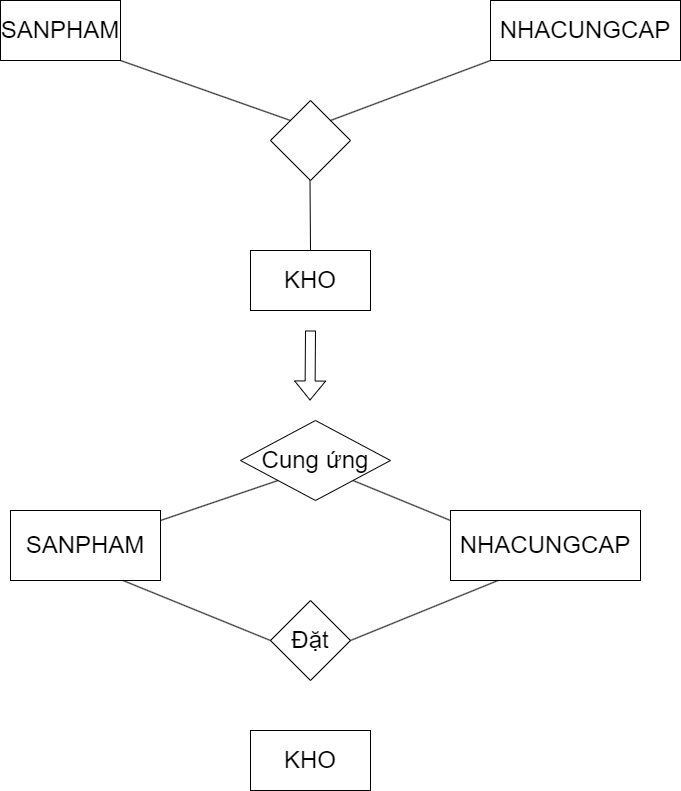
Above: Chương 3 QT2(Mô hình hóa).png in datnham0212/learning (draw.io), before the change. Source tidied: cells renumbered, new cells last; positions are measured from the earlier drawing's top-left corner, leaving out a move shared by most shapes.
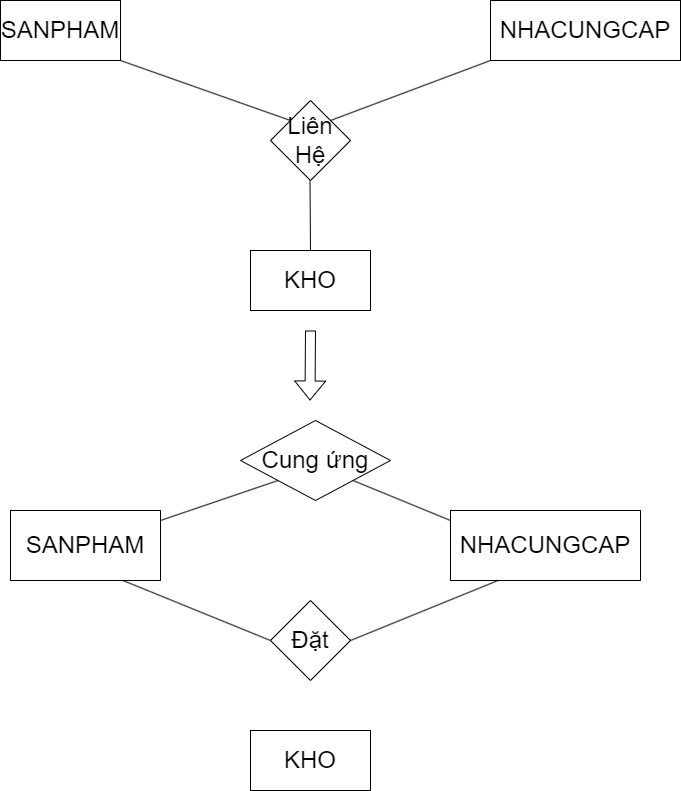
After the commit.

What changed in the source:
```diff
@@ -19,7 +19,7 @@
         <mxPoint x="309.5" y="180" as="targetPoint" />
       </mxGeometry>
     </mxCell>
-    <mxCell id="7" style="rhombus;whiteSpace=wrap;html=1;fontSize=24;" parent="1" vertex="1">
+    <mxCell id="7" value="Liên&lt;br&gt;Hệ" style="rhombus;whiteSpace=wrap;html=1;fontSize=24;" parent="1" vertex="1">
       <mxGeometry x="270" y="100" width="80" height="80" as="geometry" />
     </mxCell>
     <mxCell id="8" style="endArrow=none;html=1;rounded=0;fontSize=24;exitX=1;exitY=0;exitDx=0;exitDy=0;" parent="1" edge="1" source="7">
```
